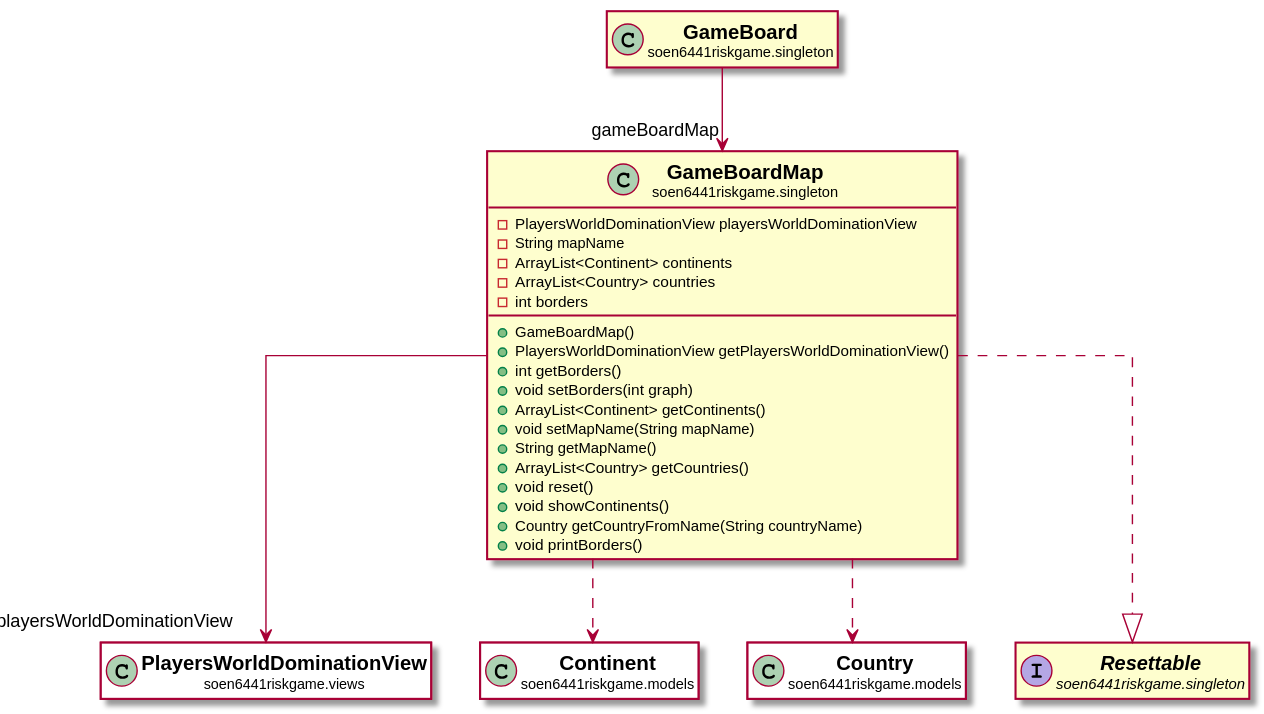
Before: docs/javadocs/soen6441riskgame/singleton/GameBoardMap.svg, a diagram exported from PlantUML (huntertran/soen6441-riskgame).
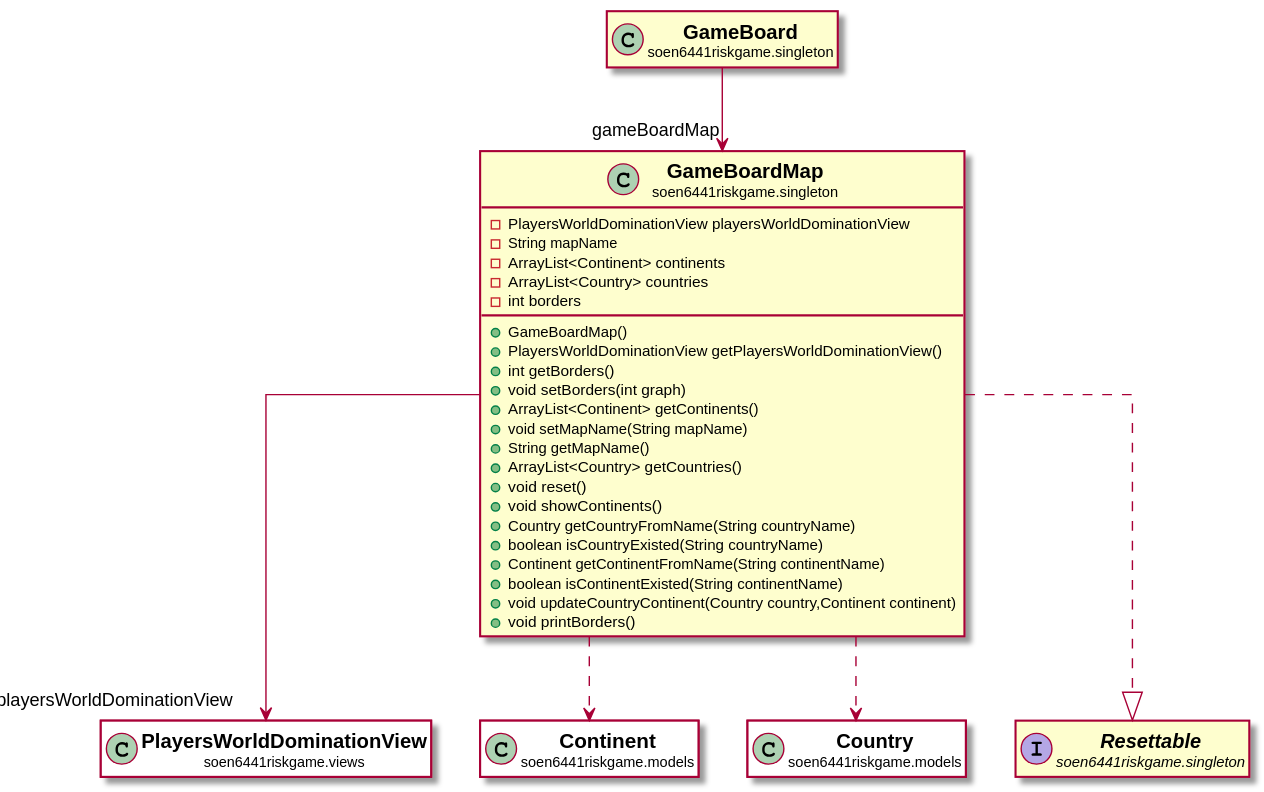
The same file after the commit.

Change to the diagram source:
```diff
@@ -20,6 +20,10 @@
 +void reset()
 +void showContinents()
 +Country getCountryFromName(String countryName)
++boolean isCountryExisted(String countryName)
++Continent getContinentFromName(String continentName)
++boolean isContinentExisted(String continentName)
++void updateCountryContinent(Country country,Continent continent)
 +void printBorders()
 }
 
```
